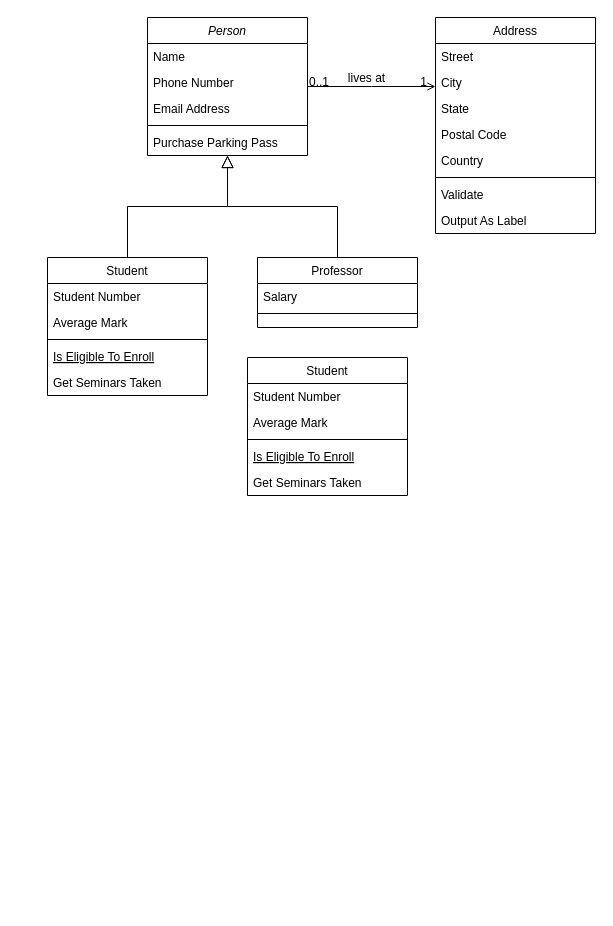
Earlier version of the draw.io diagram MM_Unity6.drawio (duckgoo9/MM-unity6-drawio). Source tidied: cells renumbered, new cells numbered last; positions are measured from the earlier drawing's top-left corner, leaving out a move shared by most shapes. Both pictures are drawn from the tidied source at 100%, with x=0, y=0 at pixel (47, 17).
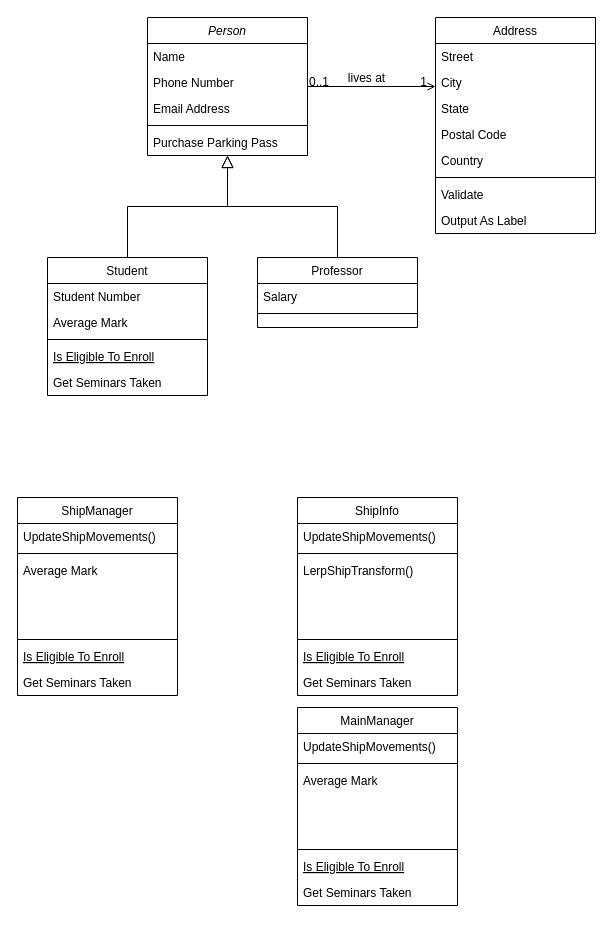
The same page after the edit.

Change to the diagram source:
```diff
@@
-    <mxCell id="32" value="Student" style="swimlane;fontStyle=0;align=center;verticalAlign=top;horizontal=1;startSize=26;rounded=0;shadow=0;strokeWidth=1;" parent="1" vertex="1">
-      <mxGeometry x="200" y="340" width="160" height="138" as="geometry" />
+    <mxCell id="32" value="ShipManager" style="swimlane;fontStyle=0;align=center;verticalAlign=top;horizontal=1;startSize=26;rounded=0;shadow=0;strokeWidth=1;" parent="1" vertex="1">
+      <mxGeometry x="-30" y="480" width="160" height="198" as="geometry" />
     </mxCell>
-    <mxCell id="33" value="Student Number" style="text;align=left;verticalAlign=top;spacingLeft=4;spacingRight=4;overflow=hidden;" parent="32" vertex="1">
+    <mxCell id="33" value="UpdateShipMovements()" style="text;align=left;verticalAlign=top;spacingLeft=4;spacingRight=4;overflow=hidden;" parent="32" vertex="1">
       <mxGeometry y="26" width="160" height="26" as="geometry" />
     </mxCell>
+    <mxCell id="38" style="line;html=1;strokeWidth=1;align=left;verticalAlign=middle;spacingTop=-1;spacingLeft=3;spacingRight=3;labelPosition=right;" parent="32" vertex="1">
+      <mxGeometry y="52" width="160" height="8" as="geometry" />
+    </mxCell>
     <mxCell id="34" value="Average Mark" style="text;align=left;verticalAlign=top;spacingLeft=4;spacingRight=4;overflow=hidden;rounded=0;shadow=0;html=0;" parent="32" vertex="1">
-      <mxGeometry y="52" width="160" height="26" as="geometry" />
+      <mxGeometry y="60" width="160" height="26" as="geometry" />
     </mxCell>
+    <mxCell id="39" style="text;align=left;verticalAlign=top;spacingLeft=4;spacingRight=4;overflow=hidden;rounded=0;shadow=0;html=0;" parent="32" vertex="1">
+      <mxGeometry y="86" width="160" height="26" as="geometry" />
+    </mxCell>
+    <mxCell id="40" style="text;align=left;verticalAlign=top;spacingLeft=4;spacingRight=4;overflow=hidden;rounded=0;shadow=0;html=0;" parent="32" vertex="1">
+      <mxGeometry y="112" width="160" height="26" as="geometry" />
+    </mxCell>
     <mxCell id="35" style="line;html=1;strokeWidth=1;align=left;verticalAlign=middle;spacingTop=-1;spacingLeft=3;spacingRight=3;labelPosition=right;" parent="32" vertex="1">
-      <mxGeometry y="78" width="160" height="8" as="geometry" />
+      <mxGeometry y="138" width="160" height="8" as="geometry" />
     </mxCell>
     <mxCell id="36" value="Is Eligible To Enroll" style="text;align=left;verticalAlign=top;spacingLeft=4;spacingRight=4;overflow=hidden;fontStyle=4;" parent="32" vertex="1">
-      <mxGeometry y="86" width="160" height="26" as="geometry" />
+      <mxGeometry y="146" width="160" height="26" as="geometry" />
     </mxCell>
     <mxCell id="37" value="Get Seminars Taken" style="text;align=left;verticalAlign=top;spacingLeft=4;spacingRight=4;overflow=hidden;" parent="32" vertex="1">
-      <mxGeometry y="112" width="160" height="26" as="geometry" />
+      <mxGeometry y="172" width="160" height="26" as="geometry" />
     </mxCell>
+    <mxCell id="41" value="ShipInfo" style="swimlane;fontStyle=0;align=center;verticalAlign=top;horizontal=1;startSize=26;rounded=0;shadow=0;strokeWidth=1;" parent="1" vertex="1">
+      <mxGeometry x="250" y="480" width="160" height="198" as="geometry" />
+    </mxCell>
+    <mxCell id="42" value="UpdateShipMovements()" style="text;align=left;verticalAlign=top;spacingLeft=4;spacingRight=4;overflow=hidden;" parent="41" vertex="1">
+      <mxGeometry y="26" width="160" height="26" as="geometry" />
+    </mxCell>
+    <mxCell id="43" style="line;html=1;strokeWidth=1;align=left;verticalAlign=middle;spacingTop=-1;spacingLeft=3;spacingRight=3;labelPosition=right;" parent="41" vertex="1">
+      <mxGeometry y="52" width="160" height="8" as="geometry" />
+    </mxCell>
+    <mxCell id="44" value="LerpShipTransform()" style="text;align=left;verticalAlign=top;spacingLeft=4;spacingRight=4;overflow=hidden;rounded=0;shadow=0;html=0;" parent="41" vertex="1">
+      <mxGeometry y="60" width="160" height="26" as="geometry" />
+    </mxCell>
+    <mxCell id="45" style="text;align=left;verticalAlign=top;spacingLeft=4;spacingRight=4;overflow=hidden;rounded=0;shadow=0;html=0;" parent="41" vertex="1">
+      <mxGeometry y="86" width="160" height="26" as="geometry" />
+    </mxCell>
+    <mxCell id="46" style="text;align=left;verticalAlign=top;spacingLeft=4;spacingRight=4;overflow=hidden;rounded=0;shadow=0;html=0;" parent="41" vertex="1">
+      <mxGeometry y="112" width="160" height="26" as="geometry" />
+    </mxCell>
+    <mxCell id="47" style="line;html=1;strokeWidth=1;align=left;verticalAlign=middle;spacingTop=-1;spacingLeft=3;spacingRight=3;labelPosition=right;" parent="41" vertex="1">
+      <mxGeometry y="138" width="160" height="8" as="geometry" />
+    </mxCell>
+    <mxCell id="48" value="Is Eligible To Enroll" style="text;align=left;verticalAlign=top;spacingLeft=4;spacingRight=4;overflow=hidden;fontStyle=4;" parent="41" vertex="1">
+      <mxGeometry y="146" width="160" height="26" as="geometry" />
+    </mxCell>
+    <mxCell id="49" value="Get Seminars Taken" style="text;align=left;verticalAlign=top;spacingLeft=4;spacingRight=4;overflow=hidden;" parent="41" vertex="1">
+      <mxGeometry y="172" width="160" height="26" as="geometry" />
+    </mxCell>
+    <mxCell id="50" value="MainManager" style="swimlane;fontStyle=0;align=center;verticalAlign=top;horizontal=1;startSize=26;rounded=0;shadow=0;strokeWidth=1;" parent="1" vertex="1">
+      <mxGeometry x="250" y="690" width="160" height="198" as="geometry" />
+    </mxCell>
+    <mxCell id="51" value="UpdateShipMovements()" style="text;align=left;verticalAlign=top;spacingLeft=4;spacingRight=4;overflow=hidden;" parent="50" vertex="1">
+      <mxGeometry y="26" width="160" height="26" as="geometry" />
+    </mxCell>
+    <mxCell id="52" style="line;html=1;strokeWidth=1;align=left;verticalAlign=middle;spacingTop=-1;spacingLeft=3;spacingRight=3;labelPosition=right;" parent="50" vertex="1">
+      <mxGeometry y="52" width="160" height="8" as="geometry" />
+    </mxCell>
+    <mxCell id="53" value="Average Mark" style="text;align=left;verticalAlign=top;spacingLeft=4;spacingRight=4;overflow=hidden;rounded=0;shadow=0;html=0;" parent="50" vertex="1">
+      <mxGeometry y="60" width="160" height="26" as="geometry" />
+    </mxCell>
+    <mxCell id="54" style="text;align=left;verticalAlign=top;spacingLeft=4;spacingRight=4;overflow=hidden;rounded=0;shadow=0;html=0;" parent="50" vertex="1">
+      <mxGeometry y="86" width="160" height="26" as="geometry" />
+    </mxCell>
+    <mxCell id="55" style="text;align=left;verticalAlign=top;spacingLeft=4;spacingRight=4;overflow=hidden;rounded=0;shadow=0;html=0;" parent="50" vertex="1">
+      <mxGeometry y="112" width="160" height="26" as="geometry" />
+    </mxCell>
+    <mxCell id="56" style="line;html=1;strokeWidth=1;align=left;verticalAlign=middle;spacingTop=-1;spacingLeft=3;spacingRight=3;labelPosition=right;" parent="50" vertex="1">
+      <mxGeometry y="138" width="160" height="8" as="geometry" />
+    </mxCell>
+    <mxCell id="57" value="Is Eligible To Enroll" style="text;align=left;verticalAlign=top;spacingLeft=4;spacingRight=4;overflow=hidden;fontStyle=4;" parent="50" vertex="1">
+      <mxGeometry y="146" width="160" height="26" as="geometry" />
+    </mxCell>
+    <mxCell id="58" value="Get Seminars Taken" style="text;align=left;verticalAlign=top;spacingLeft=4;spacingRight=4;overflow=hidden;" parent="50" vertex="1">
+      <mxGeometry y="172" width="160" height="26" as="geometry" />
+    </mxCell>
```
